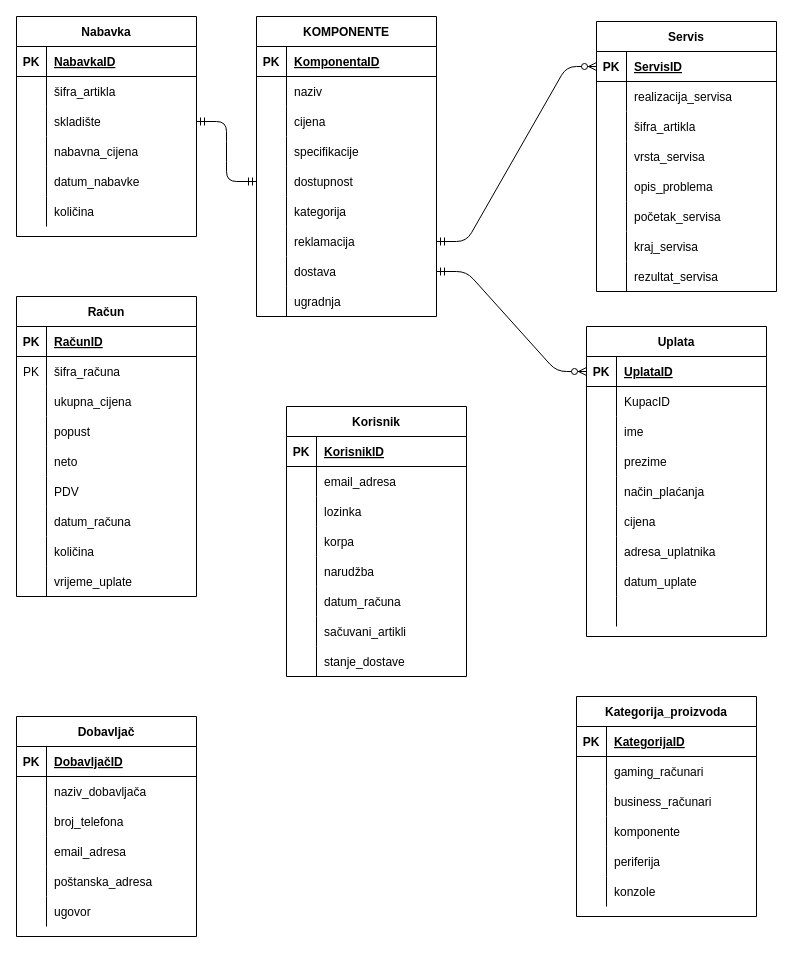
Earlier version of the draw.io diagram erd.drawio (vela02/erd). Source tidied: cells renumbered, new cells numbered last; positions are measured from the earlier drawing's top-left corner, leaving out a move shared by most shapes. Both pictures are drawn from the tidied source at 100%, with x=0, y=0 at pixel (16, 16).
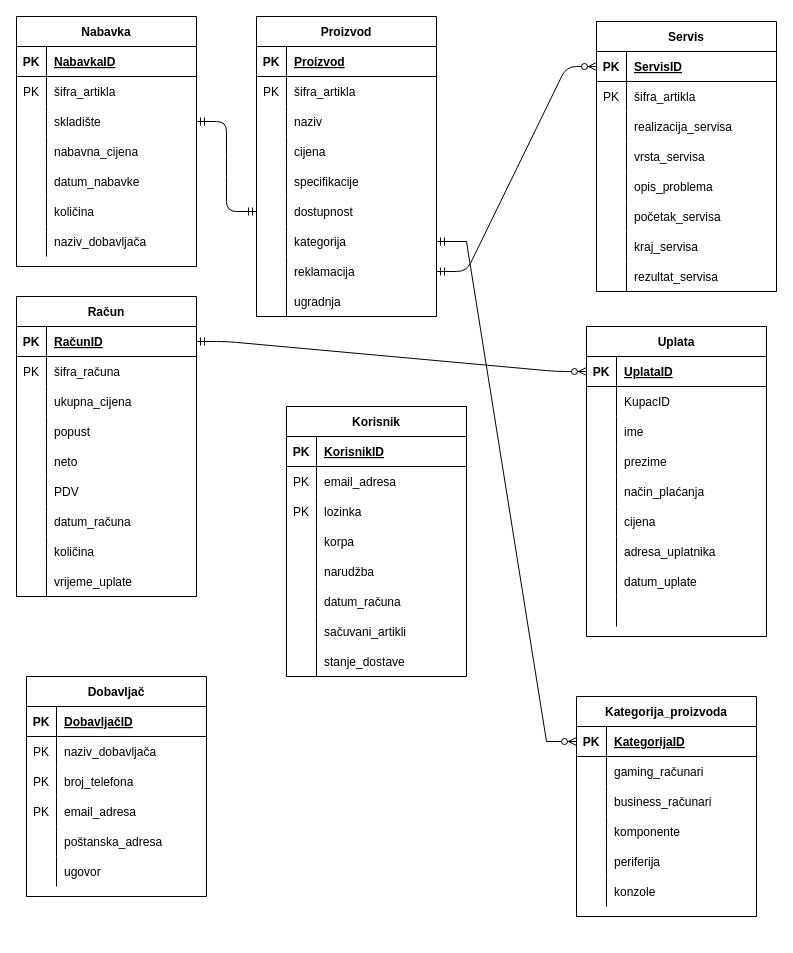
Above is the later version.

Unchanged cells that the change refers to:
```xml
<mxCell id="2" value="Servis" style="shape=table;startSize=30;childLayout=tableLayout;rowLines=0;fontStyle=1;align=center;" parent="1" vertex="1">
  <mxGeometry x="580" y="5" width="180" height="270" as="geometry" />
</mxCell>
<mxCell id="28" style="shape=partialRectangle;fillColor=none;top=0;left=0;bottom=1;right=0;points=[[0,0.5],[1,0.5]];portConstraint=eastwest;" parent="27" vertex="1">
  <mxGeometry y="30" width="180" height="30" as="geometry" />
</mxCell>
<mxCell id="59" style="shape=partialRectangle;fillColor=none;top=0;left=0;bottom=0;right=0;" parent="55" vertex="1">
  <mxGeometry y="60" width="180" height="30" as="geometry" />
</mxCell>
<mxCell id="77" style="shape=partialRectangle;fillColor=none;top=0;left=0;bottom=1;right=0;" parent="76" vertex="1">
  <mxGeometry y="30" width="180" height="30" as="geometry" />
</mxCell>
<mxCell id="111" style="shape=partialRectangle;fillColor=none;top=0;left=0;bottom=0;right=0;" parent="107" vertex="1">
  <mxGeometry y="60" width="180" height="30" as="geometry" />
</mxCell>
<mxCell id="114" style="shape=partialRectangle;fillColor=none;top=0;left=0;bottom=0;right=0;" parent="107" vertex="1">
  <mxGeometry y="90" width="180" height="30" as="geometry" />
</mxCell>
<mxCell id="133" style="shape=partialRectangle;fillColor=none;top=0;left=0;bottom=1;right=0;points=[[0,0.5],[1,0.5]];portConstraint=eastwest;" parent="132" vertex="1">
  <mxGeometry y="30" width="180" height="30" as="geometry" />
</mxCell>
<mxCell id="164" style="shape=partialRectangle;fillColor=none;top=0;left=0;bottom=0;right=0;" parent="160" vertex="1">
  <mxGeometry y="60" width="180" height="30" as="geometry" />
</mxCell>
<mxCell id="167" style="shape=partialRectangle;fillColor=none;top=0;left=0;bottom=0;right=0;" parent="160" vertex="1">
  <mxGeometry y="90" width="180" height="30" as="geometry" />
</mxCell>
<mxCell id="170" style="shape=partialRectangle;fillColor=none;top=0;left=0;bottom=0;right=0;" parent="160" vertex="1">
  <mxGeometry y="120" width="180" height="30" as="geometry" />
</mxCell>
<mxCell id="180" style="shape=partialRectangle;fillColor=none;top=0;left=0;bottom=1;right=0;points=[[0,0.5],[1,0.5]];portConstraint=eastwest;" parent="179" vertex="1">
  <mxGeometry y="30" width="180" height="30" as="geometry" />
</mxCell>
```

What changed in the source:
```diff
@@
+    <mxCell id="9" style="shape=partialRectangle;fillColor=none;top=0;left=0;bottom=0;right=0;" parent="2" vertex="1">
+      <mxGeometry y="60" width="180" height="30" as="geometry" />
+    </mxCell>
+    <mxCell id="10" value="PK" style="shape=partialRectangle;fillColor=none;top=0;left=0;bottom=0;right=0;overflow=hidden;" parent="9" vertex="1">
+      <mxGeometry width="30" height="30" as="geometry" />
+    </mxCell>
+    <mxCell id="11" value="šifra_artikla" style="shape=partialRectangle;fillColor=none;top=0;left=0;bottom=0;right=0;align=left;spacingLeft=6;overflow=hidden;" parent="9" vertex="1">
+      <mxGeometry x="30" width="150" height="30" as="geometry" />
+    </mxCell>
     <mxCell id="6" style="shape=partialRectangle;fillColor=none;top=0;left=0;bottom=0;right=0;" parent="2" vertex="1">
-      <mxGeometry y="60" width="180" height="30" as="geometry" />
+      <mxGeometry y="90" width="180" height="30" as="geometry" />
     </mxCell>
@@
-    <mxCell id="9" style="shape=partialRectangle;fillColor=none;top=0;left=0;bottom=0;right=0;" parent="2" vertex="1">
-      <mxGeometry y="90" width="180" height="30" as="geometry" />
-    </mxCell>
-    <mxCell id="10" style="shape=partialRectangle;fillColor=none;top=0;left=0;bottom=0;right=0;overflow=hidden;" parent="9" vertex="1">
-      <mxGeometry width="30" height="30" as="geometry" />
-    </mxCell>
-    <mxCell id="11" value="šifra_artikla" style="shape=partialRectangle;fillColor=none;top=0;left=0;bottom=0;right=0;align=left;spacingLeft=6;overflow=hidden;" parent="9" vertex="1">
-      <mxGeometry x="30" width="150" height="30" as="geometry" />
-    </mxCell>
@@
     <mxCell id="55" value="Nabavka" style="shape=table;startSize=30;childLayout=tableLayout;rowLines=0;fontStyle=1;align=center;" parent="1" vertex="1">
-      <mxGeometry width="180" height="220" as="geometry" />
+      <mxGeometry width="180" height="250" as="geometry" />
     </mxCell>
@@
-    <mxCell id="60" style="shape=partialRectangle;fillColor=none;top=0;left=0;bottom=0;right=0;overflow=hidden;" parent="59" vertex="1">
+    <mxCell id="60" value="PK" style="shape=partialRectangle;fillColor=none;top=0;left=0;bottom=0;right=0;overflow=hidden;" parent="59" vertex="1">
       <mxGeometry width="30" height="30" as="geometry" />
     </mxCell>
@@
+    <mxCell id="198" style="shape=partialRectangle;fillColor=none;top=0;left=0;bottom=0;right=0;" parent="55" vertex="1">
+      <mxGeometry y="210" width="180" height="30" as="geometry" />
+    </mxCell>
+    <mxCell id="99" style="shape=partialRectangle;fillColor=none;top=0;left=0;bottom=0;right=0;overflow=hidden;" parent="198" vertex="1">
+      <mxGeometry width="30" height="30" as="geometry" />
+    </mxCell>
+    <mxCell id="199" value="naziv_dobavljača" style="shape=partialRectangle;fillColor=none;top=0;left=0;bottom=0;right=0;align=left;spacingLeft=6;overflow=hidden;" parent="198" vertex="1">
+      <mxGeometry x="30" width="150" height="30" as="geometry" />
+    </mxCell>
@@
-    <mxCell id="76" value="KOMPONENTE" style="shape=table;startSize=30;childLayout=tableLayout;rowLines=0;fontStyle=1;align=center;" parent="1" vertex="1">
+    <mxCell id="76" value="Proizvod" style="shape=table;startSize=30;childLayout=tableLayout;rowLines=0;fontStyle=1;align=center;" parent="1" vertex="1">
       <mxGeometry x="240" width="180" height="300" as="geometry" />
     </mxCell>
@@
-    <mxCell id="79" value="KomponentaID" style="shape=partialRectangle;fillColor=none;top=0;left=0;bottom=0;right=0;align=left;spacingLeft=6;fontStyle=5;overflow=hidden;" parent="77" vertex="1">
+    <mxCell id="79" value="Proizvod" style="shape=partialRectangle;fillColor=none;top=0;left=0;bottom=0;right=0;align=left;spacingLeft=6;fontStyle=5;overflow=hidden;" parent="77" vertex="1">
       <mxGeometry x="30" width="150" height="30" as="geometry" />
     </mxCell>
+    <mxCell id="200" style="shape=partialRectangle;fillColor=none;top=0;left=0;bottom=0;right=0;" parent="76" vertex="1">
+      <mxGeometry y="60" width="180" height="30" as="geometry" />
+    </mxCell>
+    <mxCell id="201" value="PK" style="shape=partialRectangle;fillColor=none;top=0;left=0;bottom=0;right=0;overflow=hidden;" parent="200" vertex="1">
+      <mxGeometry width="30" height="30" as="geometry" />
+    </mxCell>
+    <mxCell id="202" value="šifra_artikla" style="shape=partialRectangle;fillColor=none;top=0;left=0;bottom=0;right=0;align=left;spacingLeft=6;overflow=hidden;" parent="200" vertex="1">
+      <mxGeometry x="30" width="150" height="30" as="geometry" />
+    </mxCell>
     <mxCell id="80" style="shape=partialRectangle;fillColor=none;top=0;left=0;bottom=0;right=0;" parent="76" vertex="1">
-      <mxGeometry y="60" width="180" height="30" as="geometry" />
+      <mxGeometry y="90" width="180" height="30" as="geometry" />
     </mxCell>
@@
     <mxCell id="83" style="shape=partialRectangle;fillColor=none;top=0;left=0;bottom=0;right=0;" parent="76" vertex="1">
-      <mxGeometry y="90" width="180" height="30" as="geometry" />
+      <mxGeometry y="120" width="180" height="30" as="geometry" />
     </mxCell>
@@
     <mxCell id="86" style="shape=partialRectangle;fillColor=none;top=0;left=0;bottom=0;right=0;" parent="76" vertex="1">
-      <mxGeometry y="120" width="180" height="30" as="geometry" />
+      <mxGeometry y="150" width="180" height="30" as="geometry" />
     </mxCell>
@@
     <mxCell id="89" style="shape=partialRectangle;fillColor=none;top=0;left=0;bottom=0;right=0;points=[[0,0.5],[1,0.5]];portConstraint=eastwest;" parent="76" vertex="1">
-      <mxGeometry y="150" width="180" height="30" as="geometry" />
+      <mxGeometry y="180" width="180" height="30" as="geometry" />
     </mxCell>
@@
     <mxCell id="92" style="shape=partialRectangle;fillColor=none;top=0;left=0;bottom=0;right=0;" parent="76" vertex="1">
-      <mxGeometry y="180" width="180" height="30" as="geometry" />
+      <mxGeometry y="210" width="180" height="30" as="geometry" />
     </mxCell>
@@
     <mxCell id="95" style="shape=partialRectangle;fillColor=none;top=0;left=0;bottom=0;right=0;points=[[0,0.5],[1,0.5]];portConstraint=eastwest;" parent="76" vertex="1">
-      <mxGeometry y="210" width="180" height="30" as="geometry" />
+      <mxGeometry y="240" width="180" height="30" as="geometry" />
     </mxCell>
@@
-    <mxCell id="98" style="shape=partialRectangle;fillColor=none;top=0;left=0;bottom=0;right=0;points=[[0,0.5],[1,0.5]];portConstraint=eastwest;" parent="76" vertex="1">
-      <mxGeometry y="240" width="180" height="30" as="geometry" />
-    </mxCell>
-    <mxCell id="99" style="shape=partialRectangle;fillColor=none;top=0;left=0;bottom=0;right=0;overflow=hidden;" parent="98" vertex="1">
-      <mxGeometry width="30" height="30" as="geometry" />
-    </mxCell>
-    <mxCell id="100" value="dostava" style="shape=partialRectangle;fillColor=none;top=0;left=0;bottom=0;right=0;align=left;spacingLeft=6;overflow=hidden;" parent="98" vertex="1">
-      <mxGeometry x="30" width="150" height="30" as="geometry" />
-    </mxCell>
@@
-    <mxCell id="106" style="edgeStyle=entityRelationEdgeStyle;fontSize=12;html=1;endArrow=ERzeroToMany;startArrow=ERmandOne;entryX=0;entryY=0.5;entryDx=0;entryDy=0;exitX=1;exitY=0.5;exitDx=0;exitDy=0;" parent="1" edge="1" source="98" target="28">
+    <mxCell id="106" style="edgeStyle=entityRelationEdgeStyle;fontSize=12;html=1;endArrow=ERzeroToMany;startArrow=ERmandOne;entryX=0;entryY=0.5;entryDx=0;entryDy=0;exitX=1;exitY=0.5;exitDx=0;exitDy=0;" parent="1" edge="1" source="133" target="28">
       <mxGeometry relative="1" as="geometry" />
     </mxCell>
@@
-    <mxCell id="112" style="shape=partialRectangle;fillColor=none;top=0;left=0;bottom=0;right=0;overflow=hidden;" parent="111" vertex="1">
+    <mxCell id="112" value="PK" style="shape=partialRectangle;fillColor=none;top=0;left=0;bottom=0;right=0;overflow=hidden;" parent="111" vertex="1">
       <mxGeometry width="30" height="30" as="geometry" />
     </mxCell>
@@
-    <mxCell id="115" style="shape=partialRectangle;fillColor=none;top=0;left=0;bottom=0;right=0;overflow=hidden;" parent="114" vertex="1">
+    <mxCell id="115" value="PK" style="shape=partialRectangle;fillColor=none;top=0;left=0;bottom=0;right=0;overflow=hidden;" parent="114" vertex="1">
       <mxGeometry width="30" height="30" as="geometry" />
     </mxCell>
@@
     <mxCell id="160" value="Dobavljač" style="shape=table;startSize=30;childLayout=tableLayout;rowLines=0;fontStyle=1;align=center;" parent="1" vertex="1">
-      <mxGeometry y="700" width="180" height="220" as="geometry" />
+      <mxGeometry x="10" y="660" width="180" height="220" as="geometry" />
     </mxCell>
@@
-    <mxCell id="165" style="shape=partialRectangle;fillColor=none;top=0;left=0;bottom=0;right=0;overflow=hidden;" parent="164" vertex="1">
+    <mxCell id="165" value="PK" style="shape=partialRectangle;fillColor=none;top=0;left=0;bottom=0;right=0;overflow=hidden;" parent="164" vertex="1">
       <mxGeometry width="30" height="30" as="geometry" />
     </mxCell>
@@
-    <mxCell id="168" style="shape=partialRectangle;fillColor=none;top=0;left=0;bottom=0;right=0;overflow=hidden;" parent="167" vertex="1">
+    <mxCell id="168" value="PK" style="shape=partialRectangle;fillColor=none;top=0;left=0;bottom=0;right=0;overflow=hidden;" parent="167" vertex="1">
       <mxGeometry width="30" height="30" as="geometry" />
     </mxCell>
@@
-    <mxCell id="171" style="shape=partialRectangle;fillColor=none;top=0;left=0;bottom=0;right=0;overflow=hidden;" parent="170" vertex="1">
+    <mxCell id="171" value="PK" style="shape=partialRectangle;fillColor=none;top=0;left=0;bottom=0;right=0;overflow=hidden;" parent="170" vertex="1">
       <mxGeometry width="30" height="30" as="geometry" />
     </mxCell>
@@
+    <mxCell id="203" style="edgeStyle=entityRelationEdgeStyle;fontSize=12;html=1;endArrow=ERzeroToMany;startArrow=ERmandOne;rounded=0;entryX=0;entryY=0.5;entryDx=0;entryDy=0;" parent="1" edge="1" target="180">
+      <mxGeometry relative="1" as="geometry">
+        <mxPoint x="420" y="225" as="sourcePoint" />
+      </mxGeometry>
+    </mxCell>
```
